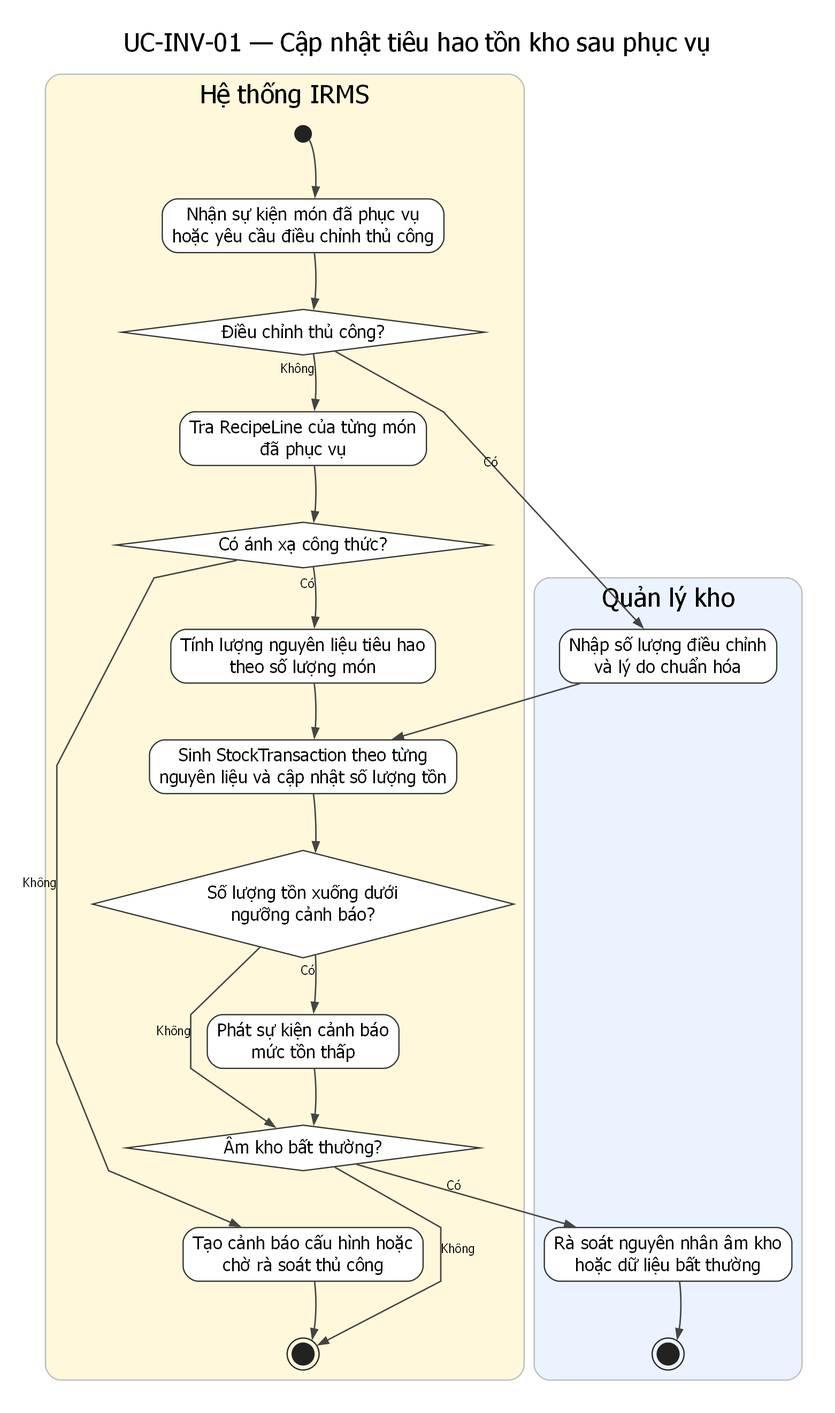
This is assets/diagrams/rendered/activity/uc-inv-01-update-stock-consumption.png from lehoangluan1/SA_IRMS, a Graphviz export, as it was before one commit. Its source is kept beside it as assets/diagrams/source/activity/uc-inv-01-update-stock-consumption.dot. The source it was exported from:
```dot
digraph G {
  graph [rankdir=TB, newrank=true, splines=polyline, nodesep=0.38, ranksep=0.62, pad=0.25, dpi=170, bgcolor="white", fontname="DejaVu Sans"];
  node [fontname="DejaVu Sans"];
  edge [fontname="DejaVu Sans", fontsize=10, color="#444444", penwidth=1.15, arrowsize=0.75];
  labelloc="t"; labeljust="c"; fontsize=20; fontname="DejaVu Sans"; label="UC-INV-01 — Cập nhật tiêu hao tồn kho sau phục vụ";

  subgraph cluster_l1 {
    style="rounded,filled";
    fillcolor="#FFF8DB"; color="#BBBBBB";
    label="Hệ thống IRMS";
    n0 [shape=circle, label="", width=0.18, height=0.18, fixedsize=true, style=filled, fillcolor="#222222", color="#222222"];
    n1 [label="Nhận sự kiện món đã phục vụ\nhoặc yêu cầu điều chỉnh thủ công", shape=rect, style="rounded,filled", fillcolor="white", color="#333333"];
    n2 [label="Điều chỉnh thủ công?", shape=diamond, style="filled", fillcolor="white", color="#333333"];
    n4 [label="Tra RecipeLine của từng món\nđã phục vụ", shape=rect, style="rounded,filled", fillcolor="white", color="#333333"];
    n5 [label="Có ánh xạ công thức?", shape=diamond, style="filled", fillcolor="white", color="#333333"];
    n6 [label="Tính lượng nguyên liệu tiêu hao\ntheo số lượng món", shape=rect, style="rounded,filled", fillcolor="white", color="#333333"];
    n7 [label="Sinh StockTransaction theo từng\nnguyên liệu và cập nhật số lượng tồn", shape=rect, style="rounded,filled", fillcolor="white", color="#333333"];
    n8 [label="Số lượng tồn xuống dưới\nngưỡng cảnh báo?", shape=diamond, style="filled", fillcolor="white", color="#333333"];
    n9 [label="Phát sự kiện cảnh báo\nmức tồn thấp", shape=rect, style="rounded,filled", fillcolor="white", color="#333333"];
    n10 [label="Âm kho bất thường?", shape=diamond, style="filled", fillcolor="white", color="#333333"];
    n11 [label="Tạo cảnh báo cấu hình hoặc\nchờ rà soát thủ công", shape=rect, style="rounded,filled", fillcolor="white", color="#333333"];
    n12 [shape=doublecircle, label="", width=0.24, height=0.24, fixedsize=true, style=filled, fillcolor="#222222", color="#222222"];
    n0 -> n1 -> n2 -> n4 -> n5 -> n6 -> n7 -> n8 -> n9 -> n10 -> n11 -> n12 [style=invis, weight=20];
  }

  subgraph cluster_l2 {
    style="rounded,filled";
    fillcolor="#EAF3FF"; color="#BBBBBB";
    label="Quản lý kho";
    n3 [label="Nhập số lượng điều chỉnh\nvà lý do chuẩn hóa", shape=rect, style="rounded,filled", fillcolor="white", color="#333333"];
    n13 [label="Rà soát nguyên nhân âm kho\nhoặc dữ liệu bất thường", shape=rect, style="rounded,filled", fillcolor="white", color="#333333"];
    n14 [shape=doublecircle, label="", width=0.24, height=0.24, fixedsize=true, style=filled, fillcolor="#222222", color="#222222"];
    n3 -> n13 -> n14 [style=invis, weight=20];
  }

  n0 -> n1;
  n1 -> n2;
  n2 -> n3 [xlabel="Có"];
  n2 -> n4 [xlabel="Không"];
  n3 -> n7;
  n4 -> n5;
  n5 -> n6 [xlabel="Có"];
  n5 -> n11 [xlabel="Không"];
  n6 -> n7;
  n7 -> n8;
  n8 -> n9 [xlabel="Có"];
  n8 -> n10 [xlabel="Không"];
  n9 -> n10;
  n10 -> n13 [xlabel="Có"];
  n10 -> n12 [xlabel="Không"];
  n11 -> n12;
  n13 -> n14;
}
```
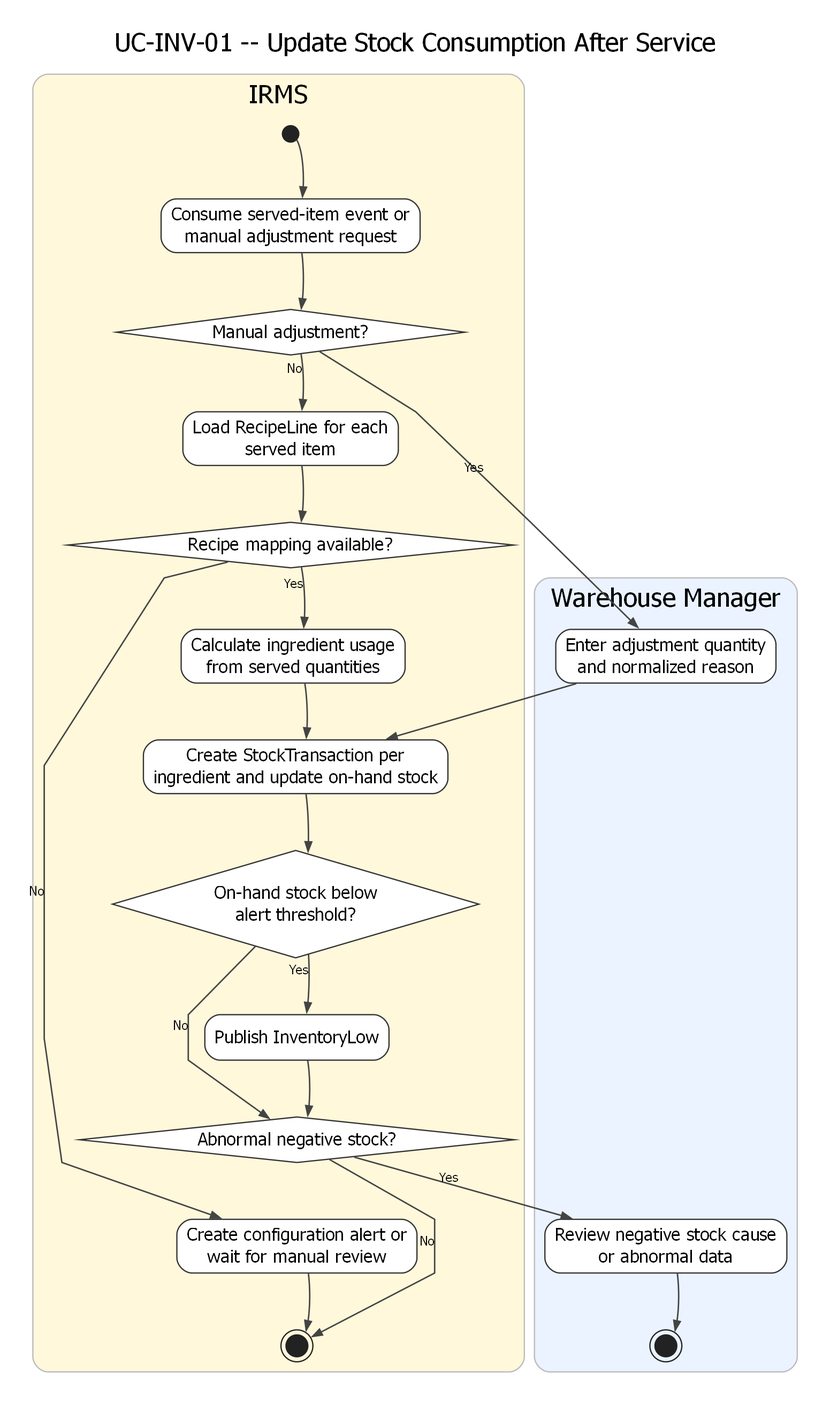
The same diagram one commit later.

Diff of the diagram source:
```diff
@@ -2,23 +2,23 @@
   graph [rankdir=TB, newrank=true, splines=polyline, nodesep=0.38, ranksep=0.62, pad=0.25, dpi=170, bgcolor="white", fontname="DejaVu Sans"];
   node [fontname="DejaVu Sans"];
   edge [fontname="DejaVu Sans", fontsize=10, color="#444444", penwidth=1.15, arrowsize=0.75];
-  labelloc="t"; labeljust="c"; fontsize=20; fontname="DejaVu Sans"; label="UC-INV-01 — Cập nhật tiêu hao tồn kho sau phục vụ";
+  labelloc="t"; labeljust="c"; fontsize=20; fontname="DejaVu Sans"; label="UC-INV-01 -- Update Stock Consumption After Service";
 
   subgraph cluster_l1 {
     style="rounded,filled";
     fillcolor="#FFF8DB"; color="#BBBBBB";
-    label="Hệ thống IRMS";
+    label="IRMS";
     n0 [shape=circle, label="", width=0.18, height=0.18, fixedsize=true, style=filled, fillcolor="#222222", color="#222222"];
-    n1 [label="Nhận sự kiện món đã phục vụ\nhoặc yêu cầu điều chỉnh thủ công", shape=rect, style="rounded,filled", fillcolor="white", color="#333333"];
-    n2 [label="Điều chỉnh thủ công?", shape=diamond, style="filled", fillcolor="white", color="#333333"];
-    n4 [label="Tra RecipeLine của từng món\nđã phục vụ", shape=rect, style="rounded,filled", fillcolor="white", color="#333333"];
-    n5 [label="Có ánh xạ công thức?", shape=diamond, style="filled", fillcolor="white", color="#333333"];
-    n6 [label="Tính lượng nguyên liệu tiêu hao\ntheo số lượng món", shape=rect, style="rounded,filled", fillcolor="white", color="#333333"];
-    n7 [label="Sinh StockTransaction theo từng\nnguyên liệu và cập nhật số lượng tồn", shape=rect, style="rounded,filled", fillcolor="white", color="#333333"];
-    n8 [label="Số lượng tồn xuống dưới\nngưỡng cảnh báo?", shape=diamond, style="filled", fillcolor="white", color="#333333"];
-    n9 [label="Phát sự kiện cảnh báo\nmức tồn thấp", shape=rect, style="rounded,filled", fillcolor="white", color="#333333"];
-    n10 [label="Âm kho bất thường?", shape=diamond, style="filled", fillcolor="white", color="#333333"];
-    n11 [label="Tạo cảnh báo cấu hình hoặc\nchờ rà soát thủ công", shape=rect, style="rounded,filled", fillcolor="white", color="#333333"];
+    n1 [label="Consume served-item event or\nmanual adjustment request", shape=rect, style="rounded,filled", fillcolor="white", color="#333333"];
+    n2 [label="Manual adjustment?", shape=diamond, style="filled", fillcolor="white", color="#333333"];
+    n4 [label="Load RecipeLine for each\nserved item", shape=rect, style="rounded,filled", fillcolor="white", color="#333333"];
+    n5 [label="Recipe mapping available?", shape=diamond, style="filled", fillcolor="white", color="#333333"];
+    n6 [label="Calculate ingredient usage\nfrom served quantities", shape=rect, style="rounded,filled", fillcolor="white", color="#333333"];
+    n7 [label="Create StockTransaction per\ningredient and update on-hand stock", shape=rect, style="rounded,filled", fillcolor="white", color="#333333"];
+    n8 [label="On-hand stock below\nalert threshold?", shape=diamond, style="filled", fillcolor="white", color="#333333"];
+    n9 [label="Publish InventoryLow", shape=rect, style="rounded,filled", fillcolor="white", color="#333333"];
+    n10 [label="Abnormal negative stock?", shape=diamond, style="filled", fillcolor="white", color="#333333"];
+    n11 [label="Create configuration alert or\nwait for manual review", shape=rect, style="rounded,filled", fillcolor="white", color="#333333"];
     n12 [shape=doublecircle, label="", width=0.24, height=0.24, fixedsize=true, style=filled, fillcolor="#222222", color="#222222"];
     n0 -> n1 -> n2 -> n4 -> n5 -> n6 -> n7 -> n8 -> n9 -> n10 -> n11 -> n12 [style=invis, weight=20];
   }
@@ -26,28 +26,28 @@
   subgraph cluster_l2 {
     style="rounded,filled";
     fillcolor="#EAF3FF"; color="#BBBBBB";
-    label="Quản lý kho";
-    n3 [label="Nhập số lượng điều chỉnh\nvà lý do chuẩn hóa", shape=rect, style="rounded,filled", fillcolor="white", color="#333333"];
-    n13 [label="Rà soát nguyên nhân âm kho\nhoặc dữ liệu bất thường", shape=rect, style="rounded,filled", fillcolor="white", color="#333333"];
+    label="Warehouse Manager";
+    n3 [label="Enter adjustment quantity\nand normalized reason", shape=rect, style="rounded,filled", fillcolor="white", color="#333333"];
+    n13 [label="Review negative stock cause\nor abnormal data", shape=rect, style="rounded,filled", fillcolor="white", color="#333333"];
     n14 [shape=doublecircle, label="", width=0.24, height=0.24, fixedsize=true, style=filled, fillcolor="#222222", color="#222222"];
     n3 -> n13 -> n14 [style=invis, weight=20];
   }
 
   n0 -> n1;
   n1 -> n2;
-  n2 -> n3 [xlabel="Có"];
-  n2 -> n4 [xlabel="Không"];
+  n2 -> n3 [xlabel="Yes"];
+  n2 -> n4 [xlabel="No"];
   n3 -> n7;
   n4 -> n5;
-  n5 -> n6 [xlabel="Có"];
-  n5 -> n11 [xlabel="Không"];
+  n5 -> n6 [xlabel="Yes"];
+  n5 -> n11 [xlabel="No"];
   n6 -> n7;
   n7 -> n8;
-  n8 -> n9 [xlabel="Có"];
-  n8 -> n10 [xlabel="Không"];
+  n8 -> n9 [xlabel="Yes"];
+  n8 -> n10 [xlabel="No"];
   n9 -> n10;
-  n10 -> n13 [xlabel="Có"];
-  n10 -> n12 [xlabel="Không"];
+  n10 -> n13 [xlabel="Yes"];
+  n10 -> n12 [xlabel="No"];
   n11 -> n12;
   n13 -> n14;
 }
```
